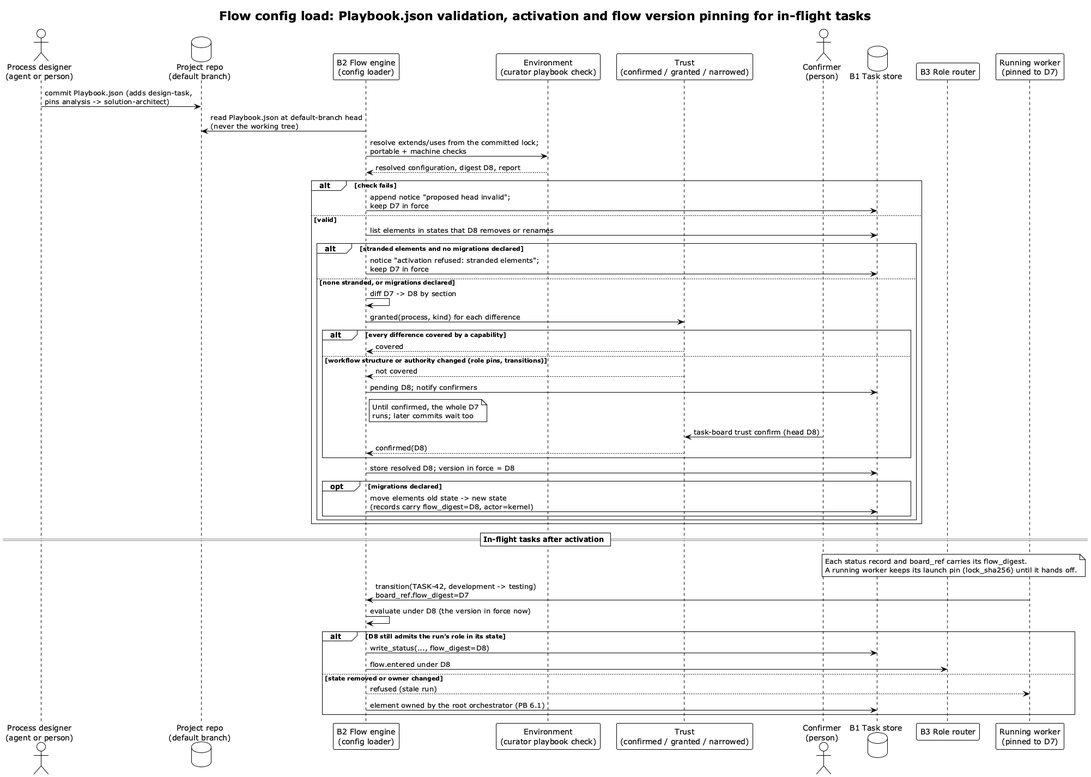
relux-works/swarm-platform-architecture keeps this PlantUML diagram as diagrams/artefacts/plantuml/flow-config-load.png. Above is the earlier version.
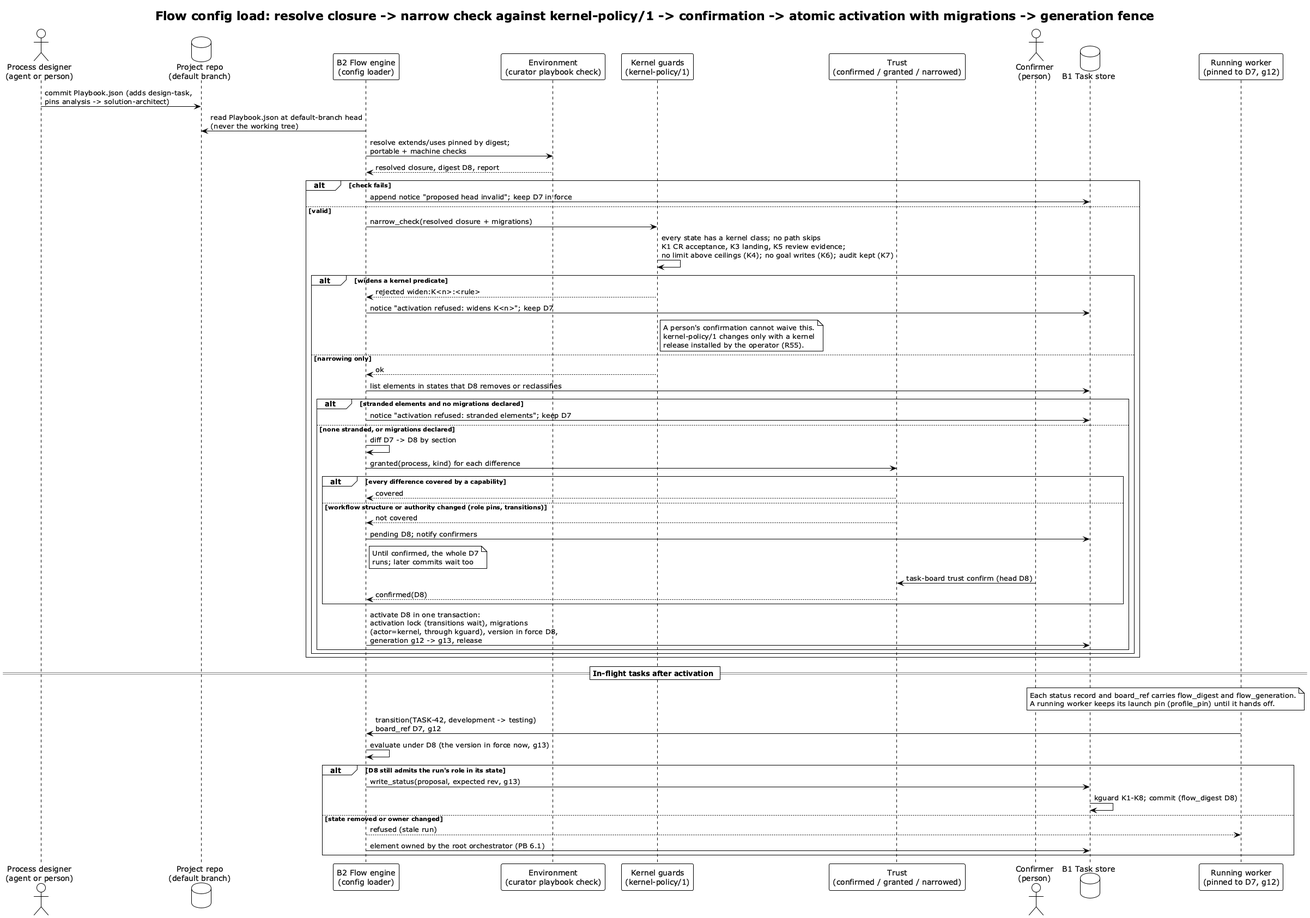
After the change.

What changed in the source:
```diff
@@ -1,59 +1,69 @@
 @startuml flow-config-load
 !theme plain
-title Flow config load: Playbook.json validation, activation and flow version pinning for in-flight tasks
+title Flow config load: resolve closure -> narrow check against kernel-policy/1 -> confirmation -> atomic activation with migrations -> generation fence
 
 actor "Process designer\n(agent or person)" as Dev
 database "Project repo\n(default branch)" as Git
 participant "B2 Flow engine\n(config loader)" as FE
 participant "Environment\n(curator playbook check)" as Env
+participant "Kernel guards\n(kernel-policy/1)" as KG
 participant "Trust\n(confirmed / granted / narrowed)" as T
 actor "Confirmer\n(person)" as P
 database "B1 Task store" as TS
-participant "B3 Role router" as RR
-participant "Running worker\n(pinned to D7)" as W
+participant "Running worker\n(pinned to D7, g12)" as W
 
 Dev -> Git: commit Playbook.json (adds design-task,\npins analysis -> solution-architect)
 FE -> Git: read Playbook.json at default-branch head\n(never the working tree)
-FE -> Env: resolve extends/uses from the committed lock;\nportable + machine checks
-Env --> FE: resolved configuration, digest D8, report
+FE -> Env: resolve extends/uses pinned by digest;\nportable + machine checks
+Env --> FE: resolved closure, digest D8, report
 alt check fails
-  FE -> TS: append notice "proposed head invalid";\nkeep D7 in force
+  FE -> TS: append notice "proposed head invalid"; keep D7 in force
 else valid
-  FE -> TS: list elements in states that D8 removes or renames
-  alt stranded elements and no migrations declared
-    FE -> TS: notice "activation refused: stranded elements";\nkeep D7 in force
-  else none stranded, or migrations declared
-    FE -> FE: diff D7 -> D8 by section
-    FE -> T: granted(process, kind) for each difference
-    alt every difference covered by a capability
-      T --> FE: covered
-    else workflow structure or authority changed (role pins, transitions)
-      T --> FE: not covered
-      FE -> TS: pending D8; notify confirmers
-      note right of FE
-        Until confirmed, the whole D7
-        runs; later commits wait too
-      end note
-      P -> T: task-board trust confirm (head D8)
-      T --> FE: confirmed(D8)
-    end
-    FE -> TS: store resolved D8; version in force = D8
-    opt migrations declared
-      FE -> TS: move elements old state -> new state\n(records carry flow_digest=D8, actor=kernel)
+  FE -> KG: narrow_check(resolved closure + migrations)
+  KG -> KG: every state has a kernel class; no path skips\nK1 CR acceptance, K3 landing, K5 review evidence;\nno limit above ceilings (K4); no goal writes (K6); audit kept (K7)
+  alt widens a kernel predicate
+    KG --> FE: rejected widen:K<n>:<rule>
+    FE -> TS: notice "activation refused: widens K<n>"; keep D7
+    note right of KG
+      A person's confirmation cannot waive this.
+      kernel-policy/1 changes only with a kernel
+      release installed by the operator (R55).
+    end note
+  else narrowing only
+    KG --> FE: ok
+    FE -> TS: list elements in states that D8 removes or reclassifies
+    alt stranded elements and no migrations declared
+      FE -> TS: notice "activation refused: stranded elements"; keep D7
+    else none stranded, or migrations declared
+      FE -> FE: diff D7 -> D8 by section
+      FE -> T: granted(process, kind) for each difference
+      alt every difference covered by a capability
+        T --> FE: covered
+      else workflow structure or authority changed (role pins, transitions)
+        T --> FE: not covered
+        FE -> TS: pending D8; notify confirmers
+        note right of FE
+          Until confirmed, the whole D7
+          runs; later commits wait too
+        end note
+        P -> T: task-board trust confirm (head D8)
+        T --> FE: confirmed(D8)
+      end
+      FE -> TS: activate D8 in one transaction:\nactivation lock (transitions wait), migrations\n(actor=kernel, through kguard), version in force D8,\ngeneration g12 -> g13, release
     end
   end
 end
 
 == In-flight tasks after activation ==
 note over TS, W
-  Each status record and board_ref carries its flow_digest.
-  A running worker keeps its launch pin (lock_sha256) until it hands off.
+  Each status record and board_ref carries flow_digest and flow_generation.
+  A running worker keeps its launch pin (profile_pin) until it hands off.
 end note
-W -> FE: transition(TASK-42, development -> testing)\nboard_ref.flow_digest=D7
-FE -> FE: evaluate under D8 (the version in force now)
+W -> FE: transition(TASK-42, development -> testing)\nboard_ref D7, g12
+FE -> FE: evaluate under D8 (the version in force now, g13)
 alt D8 still admits the run's role in its state
-  FE -> TS: write_status(..., flow_digest=D8)
-  FE -> RR: flow.entered under D8
+  FE -> TS: write_status(proposal, expected rev, g13)
+  TS -> TS: kguard K1-K8; commit (flow_digest D8)
 else state removed or owner changed
   FE --> W: refused (stale run)
   FE -> TS: element owned by the root orchestrator (PB 6.1)
```
